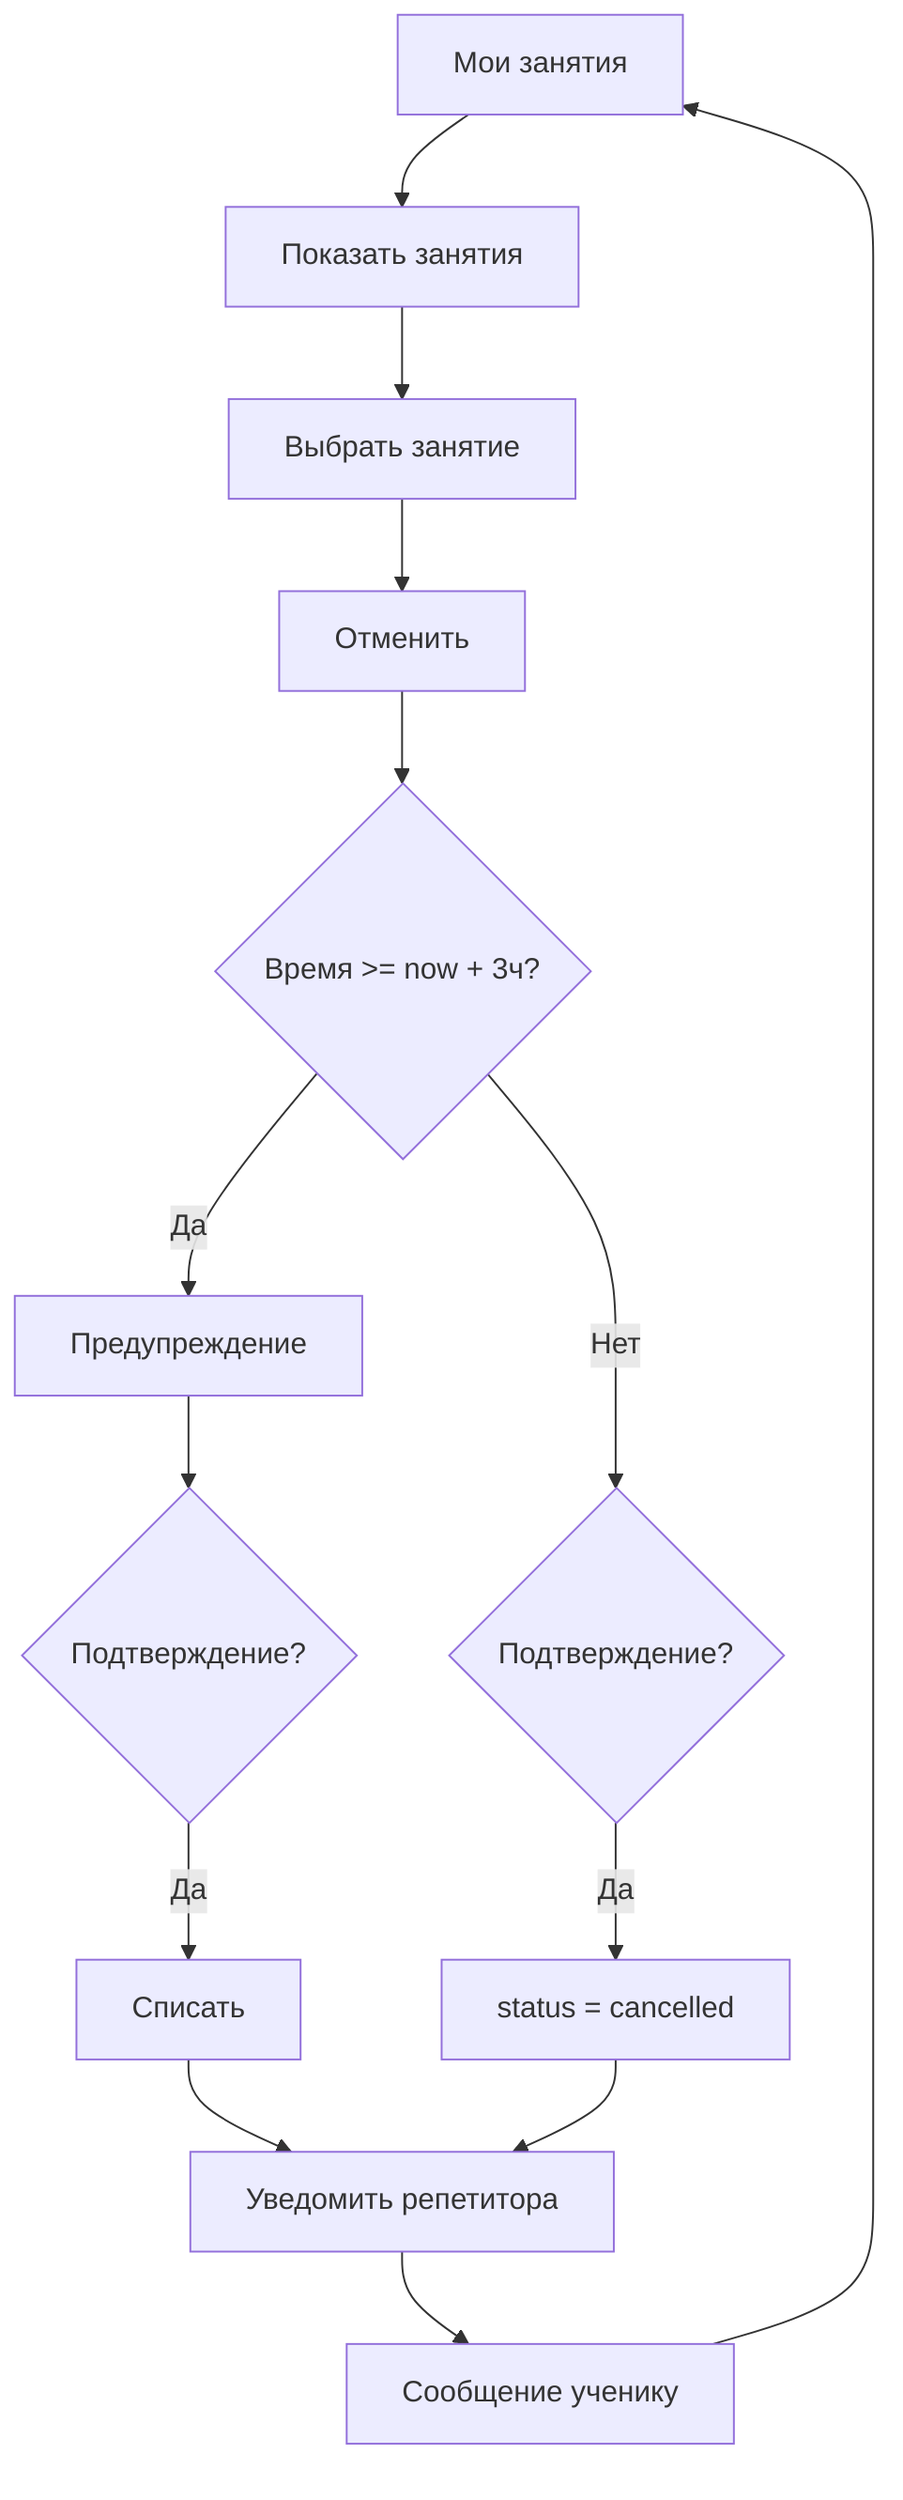
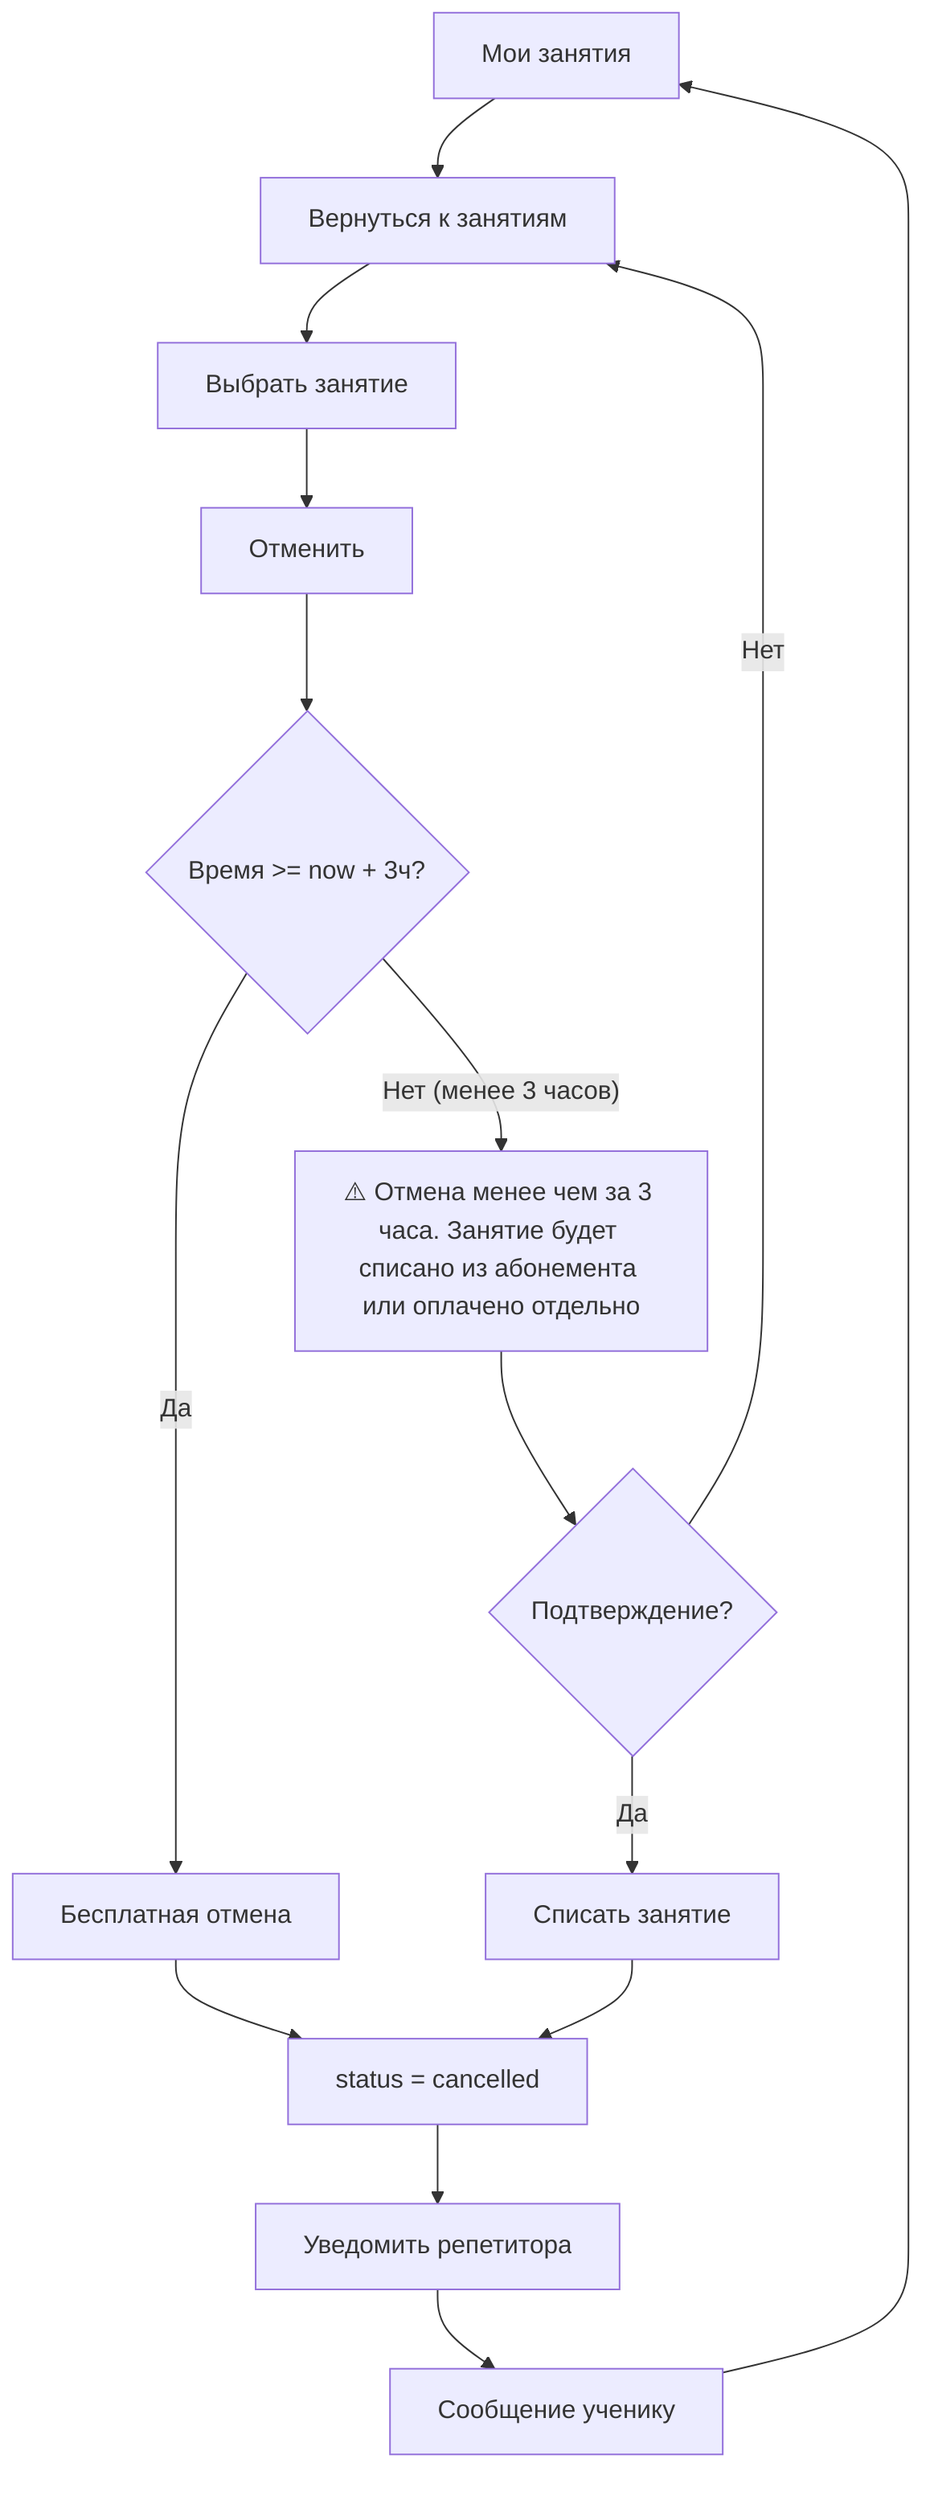
graph TD
    G1[Мои занятия] --> G1a[Показать занятия]
    G1a --> G1a1[Выбрать занятие]
    G1a1 --> G1b[Отменить]

+     %% G1b --> G1b_check{Время < now + 3ч?}
+     %% G1b_check -- Да --> G1b_warning[Предупреждение]
+     %% G1b_warning --> G1b1{Подтверждение?}
+     %% G1b1 -- Да --> G1b2[Списать]
+     %% G1b2 --> G1e[Уведомить репетитора]
+ 
+     %% G1b_check -- Нет --> G1c{Подтверждение?}
+     %% G1c -- Да --> G1d[status = cancelled]
+     %% G1d --> G1e[Уведомить репетитора]
+ 
    G1b --> G1b_check{Время >= now + 3ч?}
-     G1b_check -- Да --> G1b_warning[Предупреждение]
+     G1b_check -- Да --> G1c_ok[Бесплатная отмена]
+     G1c_ok --> G1d[status = cancelled]
+     G1d --> G1e[Уведомить репетитора]
+ 
+     G1b_check -- Нет (менее 3 часов) --> G1b_warning[⚠️ Отмена менее чем за 3 часа. Занятие будет списано из абонемента или оплачено отдельно]
    G1b_warning --> G1b1{Подтверждение?}
-     G1b1 -- Да --> G1b2[Списать]
-     G1b2 --> G1e[Уведомить репетитора]
- 
-     G1b_check -- Нет --> G1c{Подтверждение?}
-     G1c -- Да --> G1d[status = cancelled]
-     G1d --> G1e[Уведомить репетитора]
+     G1b1 -- Да --> G1b2[Списать занятие]
+     G1b2 --> G1d
+     G1b1 -- Нет --> G1a[Вернуться к занятиям]

    G1e --> G1f[Сообщение ученику]
    G1f --> G1